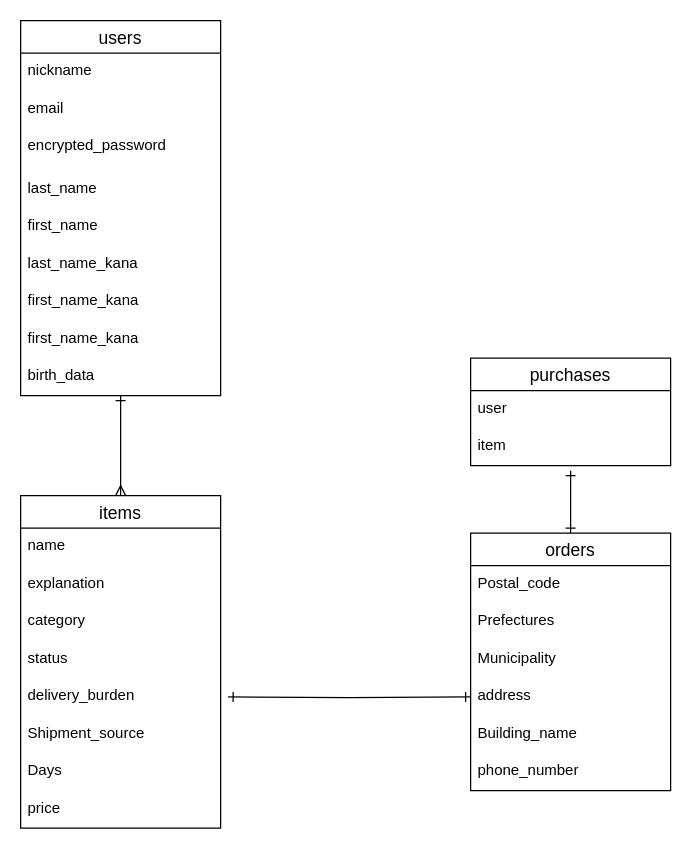
Before: furimo.dio in KimFight/furima-32013, a draw.io diagram. Source tidied: cells renumbered, new cells numbered last; positions are measured from the earlier drawing's top-left corner, leaving out a move shared by most shapes. Both pictures are drawn from the tidied source at 125%, with x=0, y=0 at pixel (20, 20).
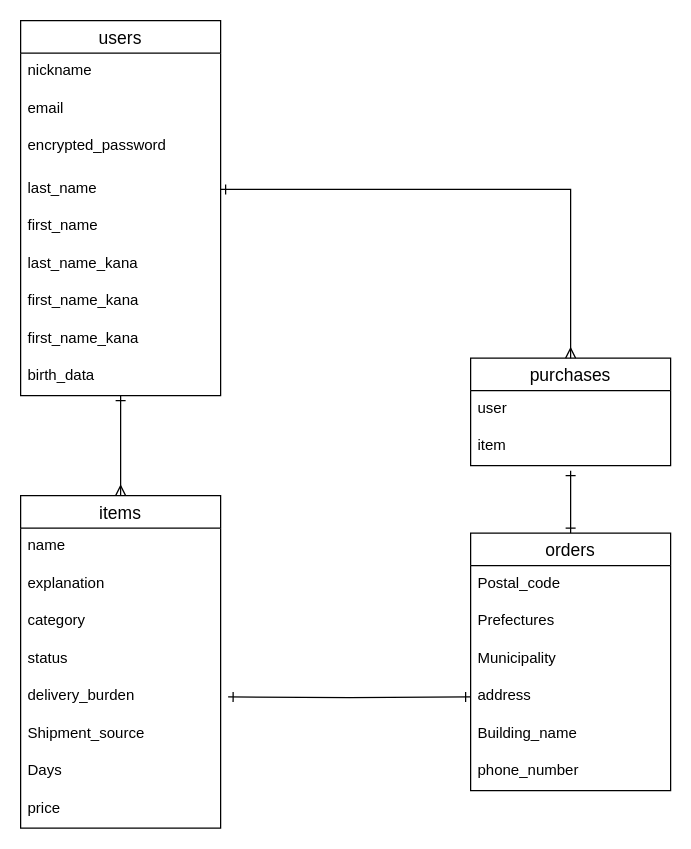
After the change.

Commit message (it also covers changes not shown here):
issue14(userテーブルとpurchasesテーブルのアソシエーション)

The change refers to these unchanged cells:
```xml
<mxCell id="25" value="last_name" style="text;strokeColor=none;fillColor=none;spacingLeft=4;spacingRight=4;overflow=hidden;points=[[0,0.5],[1,0.5]];portConstraint=eastwest;fontSize=12;" parent="21" vertex="1">
  <mxGeometry y="120" width="160" height="30" as="geometry" />
</mxCell>
<mxCell id="31" value="purchases" style="swimlane;fontStyle=0;horizontal=1;startSize=26;align=center;fontSize=14;" parent="1" vertex="1">
  <mxGeometry x="360" y="270" width="160" height="86" as="geometry" />
</mxCell>
```

Change to the diagram source:
```diff
@@
+    <mxCell id="34" style="edgeStyle=orthogonalEdgeStyle;rounded=0;jettySize=auto;html=1;entryX=0.5;entryY=0;entryDx=0;entryDy=0;startArrow=ERone;startFill=0;endArrow=ERmany;endFill=0;" parent="1" edge="1" source="25" target="31">
+      <mxGeometry relative="1" as="geometry" />
+    </mxCell>
```
